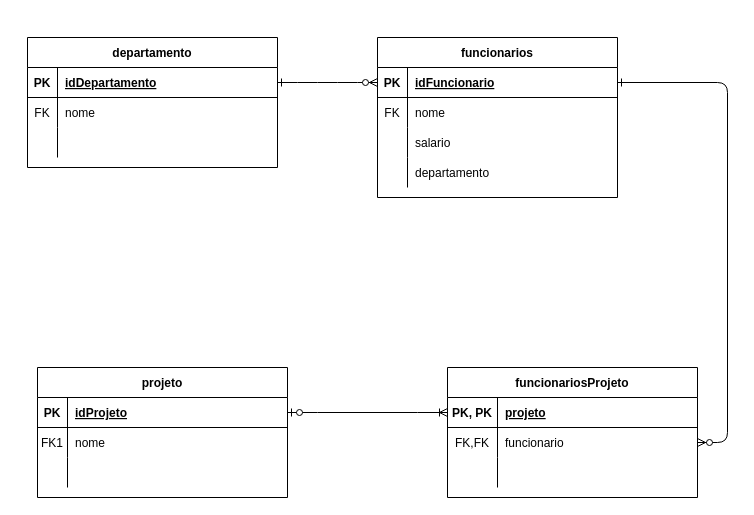
MaiconMota/base_dados_cesae keeps this draw.io diagram as Diagram_formas_normais.drawio. Above is the earlier version. Source tidied: cells renumbered, new cells numbered last; positions are measured from the earlier drawing's top-left corner, leaving out a move shared by most shapes. Both pictures are drawn from the tidied source at 100%, with x=0, y=0 at pixel (27, 37).
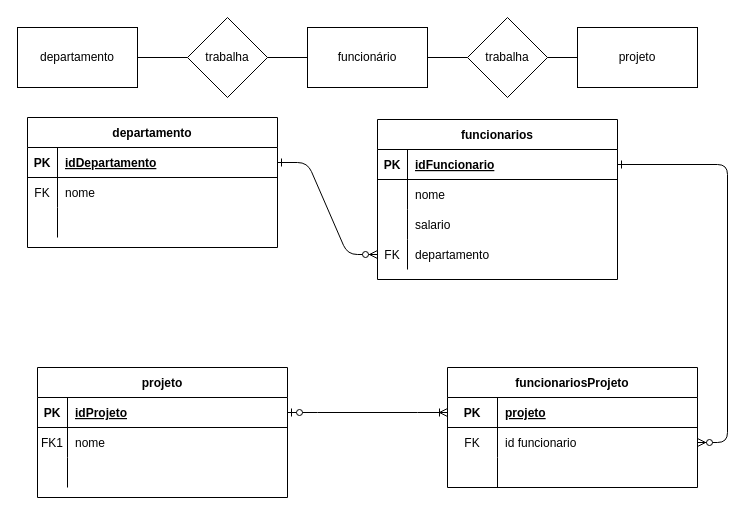
The same diagram, later.

The change refers to these unchanged cells:
```xml
<mxCell id="4" style="shape=partialRectangle;fillColor=none;points=[[0,0.5],[1,0.5]];portConstraint=eastwest;top=0;left=0;right=0;bottom=1;" parent="3" vertex="1">
  <mxGeometry y="30" width="240" height="30" as="geometry" />
</mxCell>
<mxCell id="7" style="shape=partialRectangle;fillColor=none;top=0;left=0;right=0;bottom=0;" parent="3" vertex="1">
  <mxGeometry y="60" width="240" height="30" as="geometry" />
</mxCell>
<mxCell id="13" style="shape=partialRectangle;fillColor=none;points=[[0,0.5],[1,0.5]];portConstraint=eastwest;top=0;left=0;right=0;bottom=0;" parent="3" vertex="1">
  <mxGeometry y="120" width="240" height="30" as="geometry" />
</mxCell>
<mxCell id="17" style="shape=partialRectangle;fillColor=none;points=[[0,0.5],[1,0.5]];portConstraint=eastwest;top=0;left=0;right=0;bottom=1;" parent="16" vertex="1">
  <mxGeometry y="30" width="250" height="30" as="geometry" />
</mxCell>
<mxCell id="20" style="shape=partialRectangle;fillColor=none;points=[[0,0.5],[1,0.5]];portConstraint=eastwest;top=0;left=0;right=0;bottom=0;" parent="16" vertex="1">
  <mxGeometry y="60" width="250" height="30" as="geometry" />
</mxCell>
<mxCell id="27" style="shape=partialRectangle;fillColor=none;points=[[0,0.5],[1,0.5]];portConstraint=eastwest;top=0;left=0;right=0;bottom=1;" parent="26" vertex="1">
  <mxGeometry y="30" width="250" height="30" as="geometry" />
</mxCell>
```

Change to the diagram source:
```diff
@@
     <mxCell id="3" value="funcionarios" style="shape=table;startSize=30;childLayout=tableLayout;rowLines=0;fontStyle=1;align=center;" parent="1" vertex="1">
-      <mxGeometry x="350" width="240" height="160" as="geometry" />
+      <mxGeometry x="350" y="82" width="240" height="160" as="geometry" />
     </mxCell>
@@
-    <mxCell id="8" value="FK" style="shape=partialRectangle;overflow=hidden;fillColor=none;top=0;left=0;bottom=0;right=0;" parent="7" vertex="1">
+    <mxCell id="8" style="shape=partialRectangle;overflow=hidden;fillColor=none;top=0;left=0;bottom=0;right=0;" parent="7" vertex="1">
       <mxGeometry width="30" height="30" as="geometry" />
     </mxCell>
@@
-    <mxCell id="14" style="shape=partialRectangle;overflow=hidden;fillColor=none;top=0;left=0;bottom=0;right=0;" parent="13" vertex="1">
+    <mxCell id="14" value="FK" style="shape=partialRectangle;overflow=hidden;fillColor=none;top=0;left=0;bottom=0;right=0;" parent="13" vertex="1">
       <mxGeometry width="30" height="30" as="geometry" />
     </mxCell>
@@
     <mxCell id="16" value="funcionariosProjeto" style="shape=table;startSize=30;childLayout=tableLayout;rowLines=0;fontStyle=1;align=center;" parent="1" vertex="1">
-      <mxGeometry x="420" y="330" width="250" height="130" as="geometry" />
+      <mxGeometry x="420" y="330" width="250" height="120" as="geometry" />
     </mxCell>
@@
-    <mxCell id="18" value="PK, PK" style="shape=partialRectangle;overflow=hidden;fillColor=none;top=0;left=0;bottom=0;right=0;fontStyle=1;" parent="17" vertex="1">
+    <mxCell id="18" value="PK" style="shape=partialRectangle;overflow=hidden;fillColor=none;top=0;left=0;bottom=0;right=0;fontStyle=1;" parent="17" vertex="1">
       <mxGeometry width="50" height="30" as="geometry" />
     </mxCell>
@@
-    <mxCell id="21" value="FK,FK" style="shape=partialRectangle;overflow=hidden;fillColor=none;top=0;left=0;bottom=0;right=0;" parent="20" vertex="1">
+    <mxCell id="21" value="FK" style="shape=partialRectangle;overflow=hidden;fillColor=none;top=0;left=0;bottom=0;right=0;" parent="20" vertex="1">
       <mxGeometry width="50" height="30" as="geometry" />
     </mxCell>
-    <mxCell id="22" value="funcionario" style="shape=partialRectangle;overflow=hidden;fillColor=none;top=0;left=0;bottom=0;right=0;align=left;spacingLeft=6;" parent="20" vertex="1">
+    <mxCell id="22" value="id funcionario" style="shape=partialRectangle;overflow=hidden;fillColor=none;top=0;left=0;bottom=0;right=0;align=left;spacingLeft=6;" parent="20" vertex="1">
       <mxGeometry x="50" width="200" height="30" as="geometry" />
     </mxCell>
@@
     <mxCell id="26" value="departamento" style="shape=table;startSize=30;childLayout=tableLayout;rowLines=0;fontStyle=1;align=center;" parent="1" vertex="1">
-      <mxGeometry width="250" height="130" as="geometry" />
+      <mxGeometry y="80" width="250" height="130" as="geometry" />
     </mxCell>
@@
-    <mxCell id="46" style="edgeStyle=entityRelationEdgeStyle;endArrow=ERzeroToMany;startArrow=ERone;endFill=1;startFill=0;exitX=1;exitY=0.5;exitDx=0;exitDy=0;entryX=0;entryY=0.5;entryDx=0;entryDy=0;" parent="1" edge="1" source="27" target="4">
+    <mxCell id="46" style="edgeStyle=entityRelationEdgeStyle;endArrow=ERzeroToMany;startArrow=ERone;endFill=1;startFill=0;exitX=1;exitY=0.5;exitDx=0;exitDy=0;entryX=0;entryY=0.5;entryDx=0;entryDy=0;" parent="1" edge="1" source="27" target="13">
       <mxGeometry relative="1" as="geometry" />
     </mxCell>
@@
+    <mxCell id="48" value="departamento" style="rounded=0;whiteSpace=wrap;html=1;" parent="1" vertex="1">
+      <mxGeometry x="-10" y="-10" width="120" height="60" as="geometry" />
+    </mxCell>
+    <mxCell id="49" value="trabalha" style="rhombus;whiteSpace=wrap;html=1;" parent="1" vertex="1">
+      <mxGeometry x="160" y="-20" width="80" height="80" as="geometry" />
+    </mxCell>
+    <mxCell id="50" value="funcionário" style="rounded=0;whiteSpace=wrap;html=1;" parent="1" vertex="1">
+      <mxGeometry x="280" y="-10" width="120" height="60" as="geometry" />
+    </mxCell>
+    <mxCell id="51" value="projeto" style="rounded=0;whiteSpace=wrap;html=1;" parent="1" vertex="1">
+      <mxGeometry x="550" y="-10" width="120" height="60" as="geometry" />
+    </mxCell>
+    <mxCell id="52" value="trabalha" style="rhombus;whiteSpace=wrap;html=1;" parent="1" vertex="1">
+      <mxGeometry x="440" y="-20" width="80" height="80" as="geometry" />
+    </mxCell>
+    <mxCell id="53" style="endArrow=none;html=1;rounded=0;entryX=0;entryY=0.5;entryDx=0;entryDy=0;exitX=1;exitY=0.5;exitDx=0;exitDy=0;" parent="1" edge="1" source="48" target="49">
+      <mxGeometry relative="1" as="geometry" />
+    </mxCell>
+    <mxCell id="54" style="endArrow=none;html=1;rounded=0;entryX=0;entryY=0.5;entryDx=0;entryDy=0;exitX=1;exitY=0.5;exitDx=0;exitDy=0;" parent="1" edge="1" source="49" target="50">
+      <mxGeometry relative="1" as="geometry" />
+    </mxCell>
+    <mxCell id="55" style="endArrow=none;html=1;rounded=0;entryX=1;entryY=0.5;entryDx=0;entryDy=0;exitX=0;exitY=0.5;exitDx=0;exitDy=0;" parent="1" edge="1" source="52" target="50">
+      <mxGeometry relative="1" as="geometry" />
+    </mxCell>
+    <mxCell id="56" style="endArrow=none;html=1;rounded=0;entryX=0;entryY=0.5;entryDx=0;entryDy=0;exitX=1;exitY=0.5;exitDx=0;exitDy=0;" parent="1" edge="1" source="52" target="51">
+      <mxGeometry relative="1" as="geometry" />
+    </mxCell>
```
